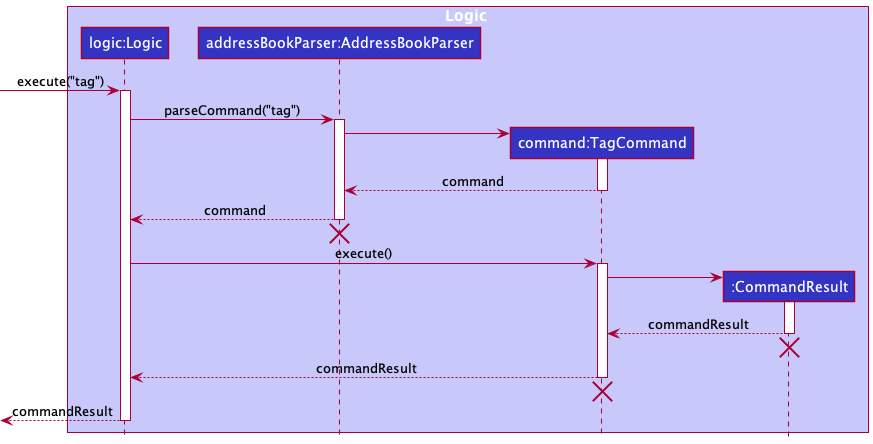
The PlantUML diagram docs/images/ViewTagSequenceDiagramLogic.png in nus-cs2103-AY2122S1/tp, before a commit.
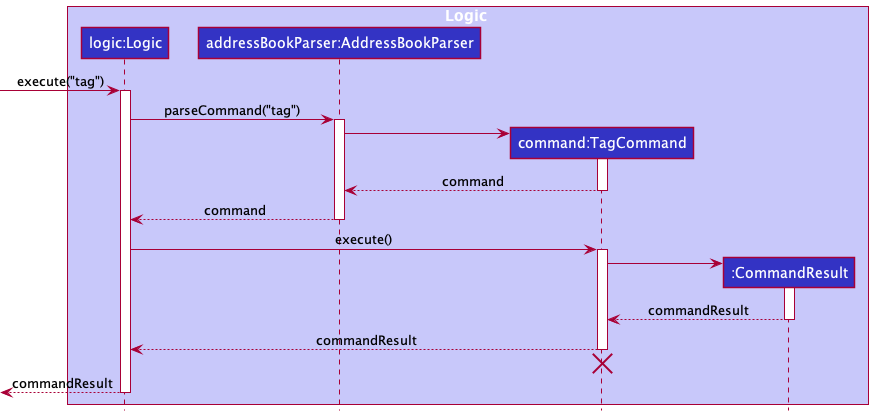
Later version of the same file.

Change to the diagram source:
```diff
@@ -26,9 +26,6 @@
 AddressBookParser --> Logic : command
 deactivate AddressBookParser
 
-AddressBookParser -[hidden]-> Logic
-destroy AddressBookParser
-
 Logic -> TagCommand : execute()
 activate TagCommand
 
@@ -38,9 +35,6 @@
 
 CommandResult --> TagCommand : commandResult
 deactivate CommandResult
-
-CommandResult -[hidden]-> AddressBookParser
-destroy CommandResult
 
 TagCommand --> Logic : commandResult
 deactivate TagCommand
```
